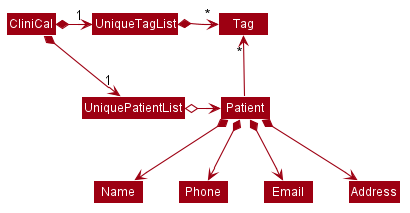
nus-cs2103-AY2021S1/tp keeps this PlantUML diagram as docs/images/BetterModelClassDiagram.png. Above is the earlier version.
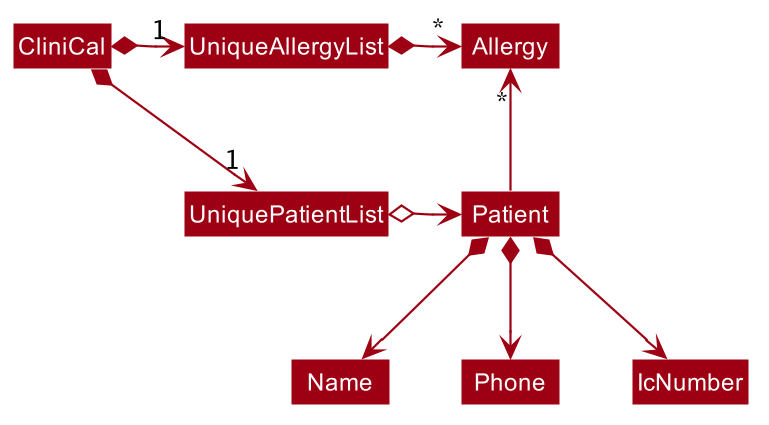
After the change.

Commit message:
Update dg to reflect new patient fields

What changed in the source:
```diff
@@ -52,17 +52,16 @@
 skinparam classBackgroundColor #9D0012
 
 CliniCal *-right-> "1" UniquePatientList
-CliniCal *-right-> "1" UniqueTagList
-UniqueTagList -[hidden]down- UniquePatientList
-UniqueTagList -[hidden]down- UniquePatientList
+CliniCal *-right-> "1" UniqueAllergyList
+UniqueAllergyList -[hidden]down- UniquePatientList
+UniqueAllergyList -[hidden]down- UniquePatientList
 
-UniqueTagList *-right-> "*" Tag
+UniqueAllergyList *-right-> "*" Allergy
 UniquePatientList o-right-> Patient
 
-Patient -up-> "*" Tag
+Patient -up-> "*" Allergy
 
 Patient *--> Name
 Patient *--> Phone
-Patient *--> Email
-Patient *--> Address
+Patient *--> IcNumber
 @enduml
```
